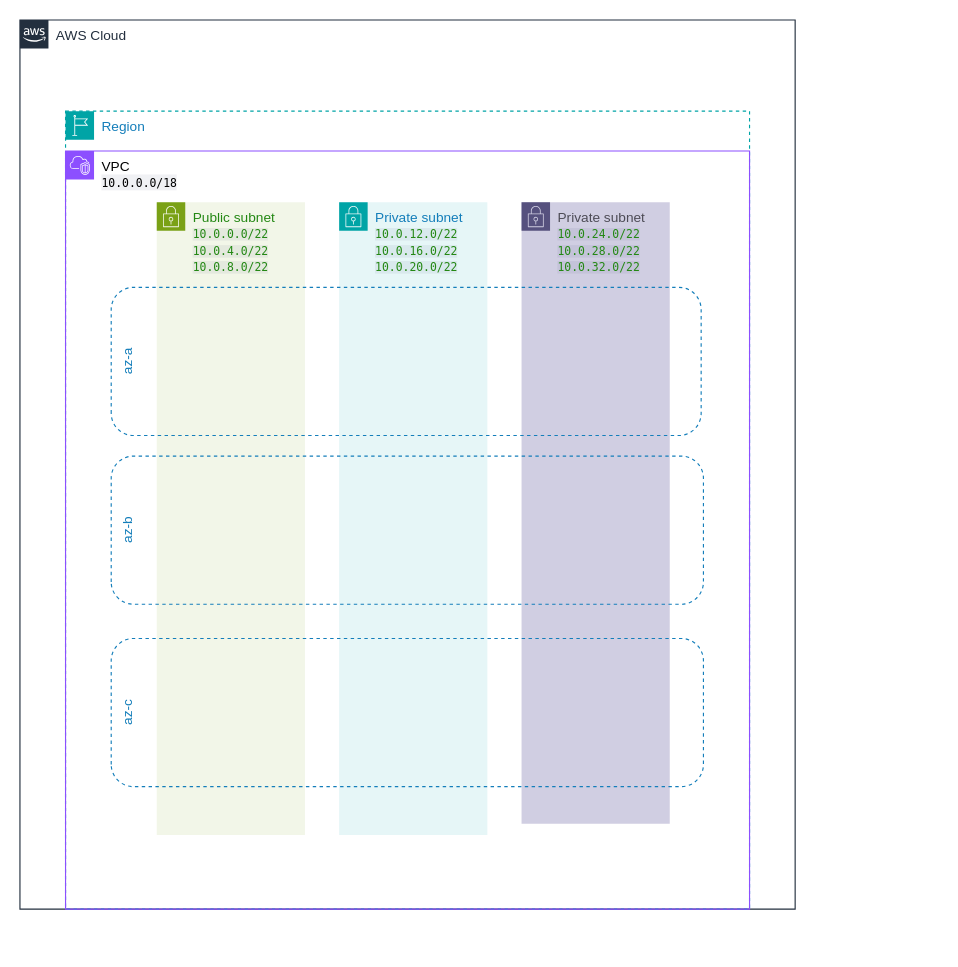
salumbidesvon/draw-io keeps this draw.io diagram as aws/vpc-infra.drawio. Above is the earlier version. Source tidied: cells renumbered, new cells numbered last; positions are measured from the earlier drawing's top-left corner, leaving out a move shared by most shapes. Both pictures are drawn from the tidied source at 114%, with x=0, y=0 at pixel (19, 19).
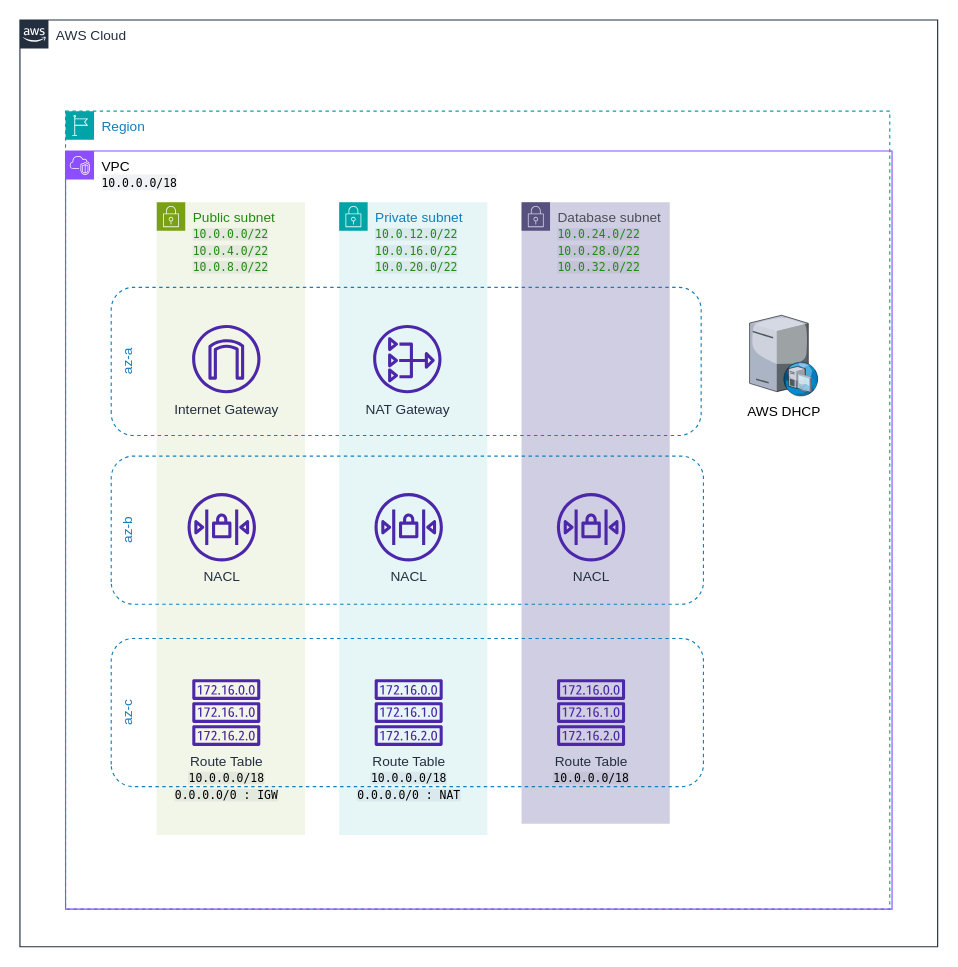
After the change.

What changed in the source:
```diff
@@
 <mxGraphModel background="#FFFFFF">
   <root>
     <mxCell id="0" />
     <mxCell id="1" parent="0" />
     <mxCell id="2" value="AWS Cloud" style="gradientColor=none;html=1;whiteSpace=wrap;fontSize=12;fontStyle=0;shape=mxgraph.aws4.group;grIcon=mxgraph.aws4.group_aws_cloud_alt;strokeColor=#232F3E;fillColor=none;verticalAlign=top;align=left;spacingLeft=30;fontColor=#232F3E;dashed=0;" parent="1" vertex="1">
-      <mxGeometry width="680" height="780" as="geometry" />
+      <mxGeometry width="805" height="813" as="geometry" />
     </mxCell>
     <mxCell id="3" value="Region" style="gradientColor=none;html=1;whiteSpace=wrap;fontSize=12;fontStyle=0;shape=mxgraph.aws4.group;grIcon=mxgraph.aws4.group_region;strokeColor=#00A4A6;fillColor=none;verticalAlign=top;align=left;spacingLeft=30;fontColor=#147EBA;dashed=1;" parent="2" vertex="1">
-      <mxGeometry x="40" y="80" width="600" height="700" as="geometry" />
+      <mxGeometry x="40" y="80" width="723" height="700" as="geometry" />
     </mxCell>
     <mxCell id="4" value="&lt;font color=&quot;#000000&quot;&gt;VPC&lt;br&gt;&lt;span style=&quot;font-family: SFMono-Medium, &amp;quot;SF Mono&amp;quot;, &amp;quot;Segoe UI Mono&amp;quot;, &amp;quot;Roboto Mono&amp;quot;, &amp;quot;Ubuntu Mono&amp;quot;, Menlo, Consolas, Courier, monospace; background-color: rgba(9, 30, 66, 0.06);&quot;&gt;&lt;font style=&quot;font-size: 10px;&quot;&gt;10.0.0.0/18&lt;/font&gt;&lt;/span&gt;&lt;/font&gt;" style="gradientColor=none;html=1;whiteSpace=wrap;fontSize=12;fontStyle=0;shape=mxgraph.aws4.group;grIcon=mxgraph.aws4.group_vpc2;strokeColor=#8C4FFF;fillColor=none;verticalAlign=top;align=left;spacingLeft=30;fontColor=#AAB7B8;dashed=0;" parent="2" vertex="1">
-      <mxGeometry x="40" y="115" width="600" height="665" as="geometry" />
+      <mxGeometry x="40" y="115" width="725" height="665" as="geometry" />
     </mxCell>
     <mxCell id="5" value="Private subnet&lt;br&gt;&lt;span style=&quot;color: rgb(36, 136, 20); font-size: 10px; font-family: SFMono-Medium, &amp;quot;SF Mono&amp;quot;, &amp;quot;Segoe UI Mono&amp;quot;, &amp;quot;Roboto Mono&amp;quot;, &amp;quot;Ubuntu Mono&amp;quot;, Menlo, Consolas, Courier, monospace; background-color: rgba(9, 30, 66, 0.06);&quot;&gt;10.0.12.0/22&lt;br&gt;&lt;/span&gt;&lt;span style=&quot;color: rgb(36, 136, 20); font-size: 10px; font-family: SFMono-Medium, &amp;quot;SF Mono&amp;quot;, &amp;quot;Segoe UI Mono&amp;quot;, &amp;quot;Roboto Mono&amp;quot;, &amp;quot;Ubuntu Mono&amp;quot;, Menlo, Consolas, Courier, monospace; background-color: rgba(9, 30, 66, 0.06);&quot;&gt;10.0.16.0/22&lt;br&gt;&lt;/span&gt;&lt;span style=&quot;color: rgb(36, 136, 20); font-size: 10px; font-family: SFMono-Medium, &amp;quot;SF Mono&amp;quot;, &amp;quot;Segoe UI Mono&amp;quot;, &amp;quot;Roboto Mono&amp;quot;, &amp;quot;Ubuntu Mono&amp;quot;, Menlo, Consolas, Courier, monospace; background-color: rgba(9, 30, 66, 0.06);&quot;&gt;10.0.20.0/22&lt;/span&gt;" style="gradientColor=none;html=1;whiteSpace=wrap;fontSize=12;fontStyle=0;shape=mxgraph.aws4.group;grIcon=mxgraph.aws4.group_security_group;grStroke=0;strokeColor=#00A4A6;fillColor=#E6F6F7;verticalAlign=top;align=left;spacingLeft=30;fontColor=#147EBA;dashed=0;" parent="4" vertex="1">
       <mxGeometry x="240" y="45" width="130" height="555" as="geometry" />
     </mxCell>
-    <mxCell id="6" value="&lt;font color=&quot;#4d4c56&quot;&gt;Private subnet&lt;br&gt;&lt;/font&gt;&lt;span style=&quot;color: rgb(36, 136, 20); font-size: 10px; font-family: SFMono-Medium, &amp;quot;SF Mono&amp;quot;, &amp;quot;Segoe UI Mono&amp;quot;, &amp;quot;Roboto Mono&amp;quot;, &amp;quot;Ubuntu Mono&amp;quot;, Menlo, Consolas, Courier, monospace; background-color: rgba(9, 30, 66, 0.06);&quot;&gt;10.0.24.0/22&lt;br&gt;&lt;/span&gt;&lt;span style=&quot;color: rgb(36, 136, 20); font-size: 10px; font-family: SFMono-Medium, &amp;quot;SF Mono&amp;quot;, &amp;quot;Segoe UI Mono&amp;quot;, &amp;quot;Roboto Mono&amp;quot;, &amp;quot;Ubuntu Mono&amp;quot;, Menlo, Consolas, Courier, monospace; background-color: rgba(9, 30, 66, 0.06);&quot;&gt;10.0.28.0/22&lt;br&gt;&lt;/span&gt;&lt;span style=&quot;color: rgb(36, 136, 20); font-size: 10px; font-family: SFMono-Medium, &amp;quot;SF Mono&amp;quot;, &amp;quot;Segoe UI Mono&amp;quot;, &amp;quot;Roboto Mono&amp;quot;, &amp;quot;Ubuntu Mono&amp;quot;, Menlo, Consolas, Courier, monospace; background-color: rgba(9, 30, 66, 0.06);&quot;&gt;10.0.32.0/22&lt;/span&gt;&lt;font color=&quot;#4d4c56&quot;&gt;&lt;br&gt;&lt;/font&gt;" style="html=1;whiteSpace=wrap;fontSize=12;fontStyle=0;shape=mxgraph.aws4.group;grIcon=mxgraph.aws4.group_security_group;grStroke=0;strokeColor=#56517e;fillColor=#d0cee2;verticalAlign=top;align=left;spacingLeft=30;dashed=0;" parent="4" vertex="1">
+    <mxCell id="6" value="&lt;font color=&quot;#4d4c56&quot;&gt;Database subnet&lt;br&gt;&lt;/font&gt;&lt;span style=&quot;color: rgb(36, 136, 20); font-size: 10px; font-family: SFMono-Medium, &amp;quot;SF Mono&amp;quot;, &amp;quot;Segoe UI Mono&amp;quot;, &amp;quot;Roboto Mono&amp;quot;, &amp;quot;Ubuntu Mono&amp;quot;, Menlo, Consolas, Courier, monospace; background-color: rgba(9, 30, 66, 0.06);&quot;&gt;10.0.24.0/22&lt;br&gt;&lt;/span&gt;&lt;span style=&quot;color: rgb(36, 136, 20); font-size: 10px; font-family: SFMono-Medium, &amp;quot;SF Mono&amp;quot;, &amp;quot;Segoe UI Mono&amp;quot;, &amp;quot;Roboto Mono&amp;quot;, &amp;quot;Ubuntu Mono&amp;quot;, Menlo, Consolas, Courier, monospace; background-color: rgba(9, 30, 66, 0.06);&quot;&gt;10.0.28.0/22&lt;br&gt;&lt;/span&gt;&lt;span style=&quot;color: rgb(36, 136, 20); font-size: 10px; font-family: SFMono-Medium, &amp;quot;SF Mono&amp;quot;, &amp;quot;Segoe UI Mono&amp;quot;, &amp;quot;Roboto Mono&amp;quot;, &amp;quot;Ubuntu Mono&amp;quot;, Menlo, Consolas, Courier, monospace; background-color: rgba(9, 30, 66, 0.06);&quot;&gt;10.0.32.0/22&lt;/span&gt;&lt;font color=&quot;#4d4c56&quot;&gt;&lt;br&gt;&lt;/font&gt;" style="html=1;whiteSpace=wrap;fontSize=12;fontStyle=0;shape=mxgraph.aws4.group;grIcon=mxgraph.aws4.group_security_group;grStroke=0;strokeColor=#56517e;fillColor=#d0cee2;verticalAlign=top;align=left;spacingLeft=30;dashed=0;" parent="4" vertex="1">
       <mxGeometry x="400" y="45" width="130" height="545" as="geometry" />
     </mxCell>
     <mxCell id="7" value="Public subnet&lt;br&gt;&lt;font style=&quot;font-size: 10px;&quot;&gt;&lt;span style=&quot;font-family: SFMono-Medium, &amp;quot;SF Mono&amp;quot;, &amp;quot;Segoe UI Mono&amp;quot;, &amp;quot;Roboto Mono&amp;quot;, &amp;quot;Ubuntu Mono&amp;quot;, Menlo, Consolas, Courier, monospace; background-color: rgba(9, 30, 66, 0.06);&quot;&gt;10.0.0.0/22&lt;br&gt;&lt;/span&gt;&lt;span style=&quot;font-family: SFMono-Medium, &amp;quot;SF Mono&amp;quot;, &amp;quot;Segoe UI Mono&amp;quot;, &amp;quot;Roboto Mono&amp;quot;, &amp;quot;Ubuntu Mono&amp;quot;, Menlo, Consolas, Courier, monospace; background-color: rgba(9, 30, 66, 0.06);&quot;&gt;10.0.4.0/22&lt;br&gt;&lt;/span&gt;&lt;span style=&quot;font-family: SFMono-Medium, &amp;quot;SF Mono&amp;quot;, &amp;quot;Segoe UI Mono&amp;quot;, &amp;quot;Roboto Mono&amp;quot;, &amp;quot;Ubuntu Mono&amp;quot;, Menlo, Consolas, Courier, monospace; background-color: rgba(9, 30, 66, 0.06);&quot;&gt;10.0.8.0/22&lt;/span&gt;&lt;/font&gt;" style="gradientColor=none;html=1;whiteSpace=wrap;fontSize=12;fontStyle=0;shape=mxgraph.aws4.group;grIcon=mxgraph.aws4.group_security_group;grStroke=0;strokeColor=#7AA116;fillColor=#F2F6E8;verticalAlign=top;align=left;spacingLeft=30;fontColor=#248814;dashed=0;" parent="4" vertex="1">
       <mxGeometry x="80" y="45" width="130" height="555" as="geometry" />
     </mxCell>
     <mxCell id="8" value="az-a&lt;div&gt;&lt;br&gt;&lt;/div&gt;" style="fillColor=none;strokeColor=#147EBA;dashed=1;verticalAlign=top;fontStyle=0;fontColor=#147EBA;whiteSpace=wrap;html=1;rounded=1;glass=0;shadow=0;textShadow=0;enumerate=0;rotation=-90;" parent="7" vertex="1">
       <mxGeometry x="153.8" y="-119.2" width="130" height="517.5" as="geometry" />
     </mxCell>
+    <mxCell id="11" value="&lt;font color=&quot;#000000&quot;&gt;AWS DHCP&lt;br&gt;&lt;br&gt;&lt;/font&gt;" style="verticalLabelPosition=bottom;sketch=0;html=1;verticalAlign=top;strokeColor=none;align=center;shape=mxgraph.citrix.dhcp_server;" parent="4" vertex="1">
+      <mxGeometry x="600" y="144" width="60" height="71" as="geometry" />
+    </mxCell>
     <mxCell id="9" value="az-b" style="fillColor=none;strokeColor=#147EBA;dashed=1;verticalAlign=top;fontStyle=0;fontColor=#147EBA;whiteSpace=wrap;html=1;rounded=1;glass=0;shadow=0;textShadow=0;enumerate=0;rotation=-90;" parent="1" vertex="1">
       <mxGeometry x="274.8" y="187.8" width="130" height="519.5" as="geometry" />
     </mxCell>
     <mxCell id="10" value="az-c&lt;div&gt;&lt;br&gt;&lt;/div&gt;" style="fillColor=none;strokeColor=#147EBA;dashed=1;verticalAlign=top;fontStyle=0;fontColor=#147EBA;whiteSpace=wrap;html=1;rounded=1;glass=0;shadow=0;textShadow=0;enumerate=0;rotation=-90;" parent="1" vertex="1">
       <mxGeometry x="274.8" y="347.8" width="130" height="519.5" as="geometry" />
     </mxCell>
+    <mxCell id="12" value="NAT Gateway" style="sketch=0;fontColor=#232F3E;gradientColor=none;fillColor=#4D27AA;strokeColor=none;dashed=0;verticalLabelPosition=bottom;verticalAlign=top;align=center;html=1;fontSize=12;fontStyle=0;shape=mxgraph.aws4.nat_gateway;" parent="1" vertex="1">
+      <mxGeometry x="309.8" y="267.5" width="60" height="60" as="geometry" />
+    </mxCell>
+    <mxCell id="13" value="Internet Gateway" style="sketch=0;fontColor=#232F3E;gradientColor=none;fillColor=#4D27AA;strokeColor=none;dashed=0;verticalLabelPosition=bottom;verticalAlign=top;align=center;html=1;fontSize=12;fontStyle=0;shape=mxgraph.aws4.internet_gateway;" parent="1" vertex="1">
+      <mxGeometry x="151" y="267.5" width="60" height="60" as="geometry" />
+    </mxCell>
+    <mxCell id="14" value="Route Table&lt;br&gt;&lt;span style=&quot;color: rgb(0, 0, 0); font-family: SFMono-Medium, &amp;quot;SF Mono&amp;quot;, &amp;quot;Segoe UI Mono&amp;quot;, &amp;quot;Roboto Mono&amp;quot;, &amp;quot;Ubuntu Mono&amp;quot;, Menlo, Consolas, Courier, monospace; font-size: 10px; text-align: left; background-color: rgba(9, 30, 66, 0.06);&quot;&gt;10.0.0.0/18&lt;br&gt;0.0.0.0/0 : IGW&lt;br&gt;&lt;/span&gt;" style="sketch=0;fontColor=#232F3E;gradientColor=none;fillColor=#4D27AA;strokeColor=none;dashed=0;verticalLabelPosition=bottom;verticalAlign=top;align=center;html=1;fontSize=12;fontStyle=0;shape=mxgraph.aws4.route_table;" parent="1" vertex="1">
+      <mxGeometry x="151" y="578.3" width="60" height="58.5" as="geometry" />
+    </mxCell>
+    <mxCell id="15" value="Route Table&lt;br&gt;&lt;span style=&quot;color: rgb(0, 0, 0); font-family: SFMono-Medium, &amp;quot;SF Mono&amp;quot;, &amp;quot;Segoe UI Mono&amp;quot;, &amp;quot;Roboto Mono&amp;quot;, &amp;quot;Ubuntu Mono&amp;quot;, Menlo, Consolas, Courier, monospace; font-size: 10px; text-align: left; background-color: rgba(9, 30, 66, 0.06);&quot;&gt;10.0.0.0/18&lt;br&gt;0.0.0.0/0 : NAT&lt;br&gt;&lt;/span&gt;" style="sketch=0;fontColor=#232F3E;gradientColor=none;fillColor=#4D27AA;strokeColor=none;dashed=0;verticalLabelPosition=bottom;verticalAlign=top;align=center;html=1;fontSize=12;fontStyle=0;shape=mxgraph.aws4.route_table;" parent="1" vertex="1">
+      <mxGeometry x="311" y="578.3" width="60" height="58.5" as="geometry" />
+    </mxCell>
+    <mxCell id="16" value="Route Table&lt;br&gt;&lt;span style=&quot;color: rgb(0, 0, 0); font-family: SFMono-Medium, &amp;quot;SF Mono&amp;quot;, &amp;quot;Segoe UI Mono&amp;quot;, &amp;quot;Roboto Mono&amp;quot;, &amp;quot;Ubuntu Mono&amp;quot;, Menlo, Consolas, Courier, monospace; font-size: 10px; text-align: left; background-color: rgba(9, 30, 66, 0.06);&quot;&gt;10.0.0.0/18&lt;/span&gt;" style="sketch=0;fontColor=#232F3E;gradientColor=none;fillColor=#4D27AA;strokeColor=none;dashed=0;verticalLabelPosition=bottom;verticalAlign=top;align=center;html=1;fontSize=12;fontStyle=0;shape=mxgraph.aws4.route_table;" parent="1" vertex="1">
+      <mxGeometry x="471" y="578.3" width="60" height="58.5" as="geometry" />
+    </mxCell>
+    <mxCell id="17" value="NACL" style="sketch=0;fontColor=#232F3E;gradientColor=none;fillColor=#4D27AA;strokeColor=none;dashed=0;verticalLabelPosition=bottom;verticalAlign=top;align=center;html=1;fontSize=12;fontStyle=0;shape=mxgraph.aws4.network_access_control_list;" parent="1" vertex="1">
+      <mxGeometry x="147" y="415" width="60" height="60" as="geometry" />
+    </mxCell>
+    <mxCell id="18" value="NACL" style="sketch=0;fontColor=#232F3E;gradientColor=none;fillColor=#4D27AA;strokeColor=none;dashed=0;verticalLabelPosition=bottom;verticalAlign=top;align=center;html=1;fontSize=12;fontStyle=0;shape=mxgraph.aws4.network_access_control_list;" parent="1" vertex="1">
+      <mxGeometry x="311" y="415" width="60" height="60" as="geometry" />
+    </mxCell>
+    <mxCell id="19" value="NACL" style="sketch=0;fontColor=#232F3E;gradientColor=none;fillColor=#4D27AA;strokeColor=none;dashed=0;verticalLabelPosition=bottom;verticalAlign=top;align=center;html=1;fontSize=12;fontStyle=0;shape=mxgraph.aws4.network_access_control_list;" parent="1" vertex="1">
+      <mxGeometry x="471" y="415" width="60" height="60" as="geometry" />
+    </mxCell>
   </root>
 </mxGraphModel>
```
